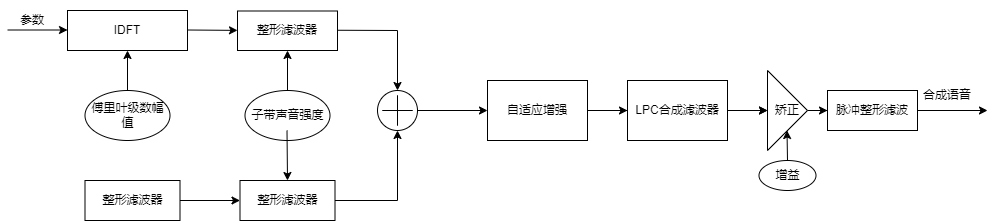
The draw.io diagram 未命名绘图.drawio.png in DoodleHapes/ele_three, before a commit. Source tidied: cells renumbered, new cells last; positions are measured from the earlier drawing's top-left corner, leaving out a move shared by most shapes.
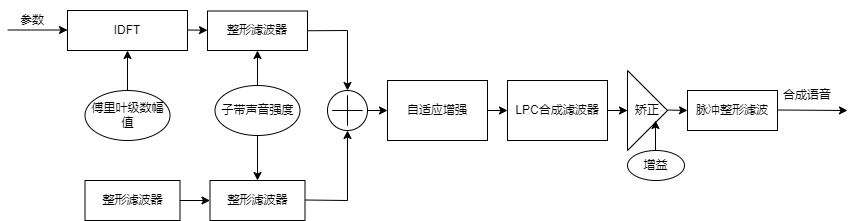
The same diagram one commit later.

Commit message:
更新未命名绘图.drawio.png

What changed in the source:
```diff
@@ -14,20 +14,20 @@
       </mxGeometry>
     </mxCell>
     <mxCell id="4" value="整形滤波器" style="rounded=0;whiteSpace=wrap;html=1;" parent="1" vertex="1">
-      <mxGeometry x="230" y="10.5" width="100" height="39.5" as="geometry" />
+      <mxGeometry x="200" y="10.5" width="100" height="39.5" as="geometry" />
     </mxCell>
     <mxCell id="5" value="子带声音强度" style="ellipse;whiteSpace=wrap;html=1;" parent="1" vertex="1">
-      <mxGeometry x="237.5" y="90" width="85" height="50" as="geometry" />
+      <mxGeometry x="207.5" y="85" width="85" height="50" as="geometry" />
     </mxCell>
     <mxCell id="6" style="endArrow=classic;html=1;rounded=0;entryX=0.5;entryY=1;entryDx=0;entryDy=0;exitX=0.5;exitY=0;exitDx=0;exitDy=0;" parent="1" edge="1" source="5" target="4">
       <mxGeometry relative="1" as="geometry" />
     </mxCell>
     <mxCell id="7" value="整形滤波器" style="rounded=0;whiteSpace=wrap;html=1;" parent="1" vertex="1">
-      <mxGeometry x="232.5" y="180" width="95" height="40" as="geometry" />
+      <mxGeometry x="202.5" y="180" width="95" height="40" as="geometry" />
     </mxCell>
     <mxCell id="8" style="endArrow=classic;html=1;rounded=0;entryX=0.5;entryY=0;entryDx=0;entryDy=0;" parent="1" edge="1" target="7">
       <mxGeometry relative="1" as="geometry">
-        <mxPoint x="279.5" y="130" as="sourcePoint" />
+        <mxPoint x="250" y="135" as="sourcePoint" />
       </mxGeometry>
     </mxCell>
     <mxCell id="9" value="IDFT" style="rounded=0;whiteSpace=wrap;html=1;" parent="1" vertex="1">
@@ -49,93 +49,82 @@
       <mxGeometry x="77.5" y="180" width="95" height="40" as="geometry" />
     </mxCell>
     <mxCell id="15" style="verticalLabelPosition=bottom;verticalAlign=top;html=1;shape=mxgraph.flowchart.on-page_reference;" parent="1" vertex="1">
-      <mxGeometry x="370" y="90" width="40" height="40" as="geometry" />
+      <mxGeometry x="320" y="90" width="40" height="40" as="geometry" />
     </mxCell>
     <mxCell id="16" style="shape=cross;whiteSpace=wrap;html=1;size=0;" parent="1" vertex="1">
-      <mxGeometry x="375" y="95" width="30" height="30" as="geometry" />
+      <mxGeometry x="325" y="95" width="30" height="30" as="geometry" />
     </mxCell>
-    <mxCell id="17" style="endArrow=none;html=1;rounded=0;" parent="1" edge="1">
+    <mxCell id="17" style="endArrow=none;html=1;rounded=0;exitX=1;exitY=0.5;exitDx=0;exitDy=0;" parent="1" edge="1" source="4">
       <mxGeometry relative="1" as="geometry">
-        <mxPoint x="330" y="29.8" as="sourcePoint" />
-        <mxPoint x="390" y="30" as="targetPoint" />
+        <mxPoint x="340" y="30" as="targetPoint" />
       </mxGeometry>
     </mxCell>
     <mxCell id="18" style="endArrow=classic;html=1;rounded=0;entryX=0.5;entryY=0;entryDx=0;entryDy=0;entryPerimeter=0;" parent="1" edge="1" target="15">
       <mxGeometry relative="1" as="geometry">
-        <mxPoint x="390" y="30" as="sourcePoint" />
+        <mxPoint x="340" y="30" as="sourcePoint" />
       </mxGeometry>
     </mxCell>
     <mxCell id="19" style="endArrow=classic;html=1;rounded=0;entryX=0.5;entryY=1;entryDx=0;entryDy=0;entryPerimeter=0;" parent="1" edge="1" target="15">
       <mxGeometry relative="1" as="geometry">
-        <mxPoint x="390" y="200" as="sourcePoint" />
+        <mxPoint x="340" y="200" as="sourcePoint" />
       </mxGeometry>
     </mxCell>
     <mxCell id="20" style="endArrow=none;html=1;rounded=0;" parent="1" edge="1">
       <mxGeometry relative="1" as="geometry">
-        <mxPoint x="327.5" y="200" as="sourcePoint" />
-        <mxPoint x="390" y="200" as="targetPoint" />
+        <mxPoint x="297.5" y="199.5" as="sourcePoint" />
+        <mxPoint x="340" y="200" as="targetPoint" />
       </mxGeometry>
     </mxCell>
-    <mxCell id="21" style="endArrow=classic;html=1;rounded=0;" parent="1" edge="1">
-      <mxGeometry relative="1" as="geometry">
-        <mxPoint x="410" y="110" as="sourcePoint" />
-        <mxPoint x="480" y="110" as="targetPoint" />
-      </mxGeometry>
-    </mxCell>
-    <mxCell id="22" style="edgeStyle=orthogonalEdgeStyle;rounded=0;jettySize=auto;html=1;" parent="1" edge="1" source="23" target="26">
-      <mxGeometry relative="1" as="geometry" />
-    </mxCell>
     <mxCell id="23" value="自适应增强" style="rounded=0;whiteSpace=wrap;html=1;" parent="1" vertex="1">
-      <mxGeometry x="480" y="80" width="100" height="60" as="geometry" />
+      <mxGeometry x="380" y="80" width="100" height="60" as="geometry" />
     </mxCell>
-    <mxCell id="24" style="endArrow=classic;html=1;rounded=0;" parent="1" edge="1">
-      <mxGeometry relative="1" as="geometry">
-        <mxPoint x="600" y="110" as="sourcePoint" />
-        <mxPoint x="640" y="110" as="targetPoint" />
-      </mxGeometry>
-    </mxCell>
     <mxCell id="25" style="edgeStyle=orthogonalEdgeStyle;rounded=0;jettySize=auto;html=1;" parent="1" edge="1" source="26" target="30">
       <mxGeometry relative="1" as="geometry" />
     </mxCell>
-    <mxCell id="26" value="LPC合成滤波器" style="rounded=0;whiteSpace=wrap;html=1;" parent="1" vertex="1">
-      <mxGeometry x="620" y="80" width="100" height="60" as="geometry" />
-    </mxCell>
-    <mxCell id="27" style="endArrow=classic;html=1;rounded=0;" parent="1" edge="1" source="30">
-      <mxGeometry relative="1" as="geometry">
-        <mxPoint x="800" y="110" as="targetPoint" />
-      </mxGeometry>
-    </mxCell>
-    <mxCell id="28" style="endArrow=classic;html=1;rounded=0;" parent="1" edge="1" target="30">
-      <mxGeometry relative="1" as="geometry">
-        <mxPoint x="740" y="110" as="sourcePoint" />
-      </mxGeometry>
-    </mxCell>
-    <mxCell id="29" style="edgeStyle=orthogonalEdgeStyle;rounded=0;jettySize=auto;html=1;" parent="1" edge="1" source="30" target="33">
-      <mxGeometry relative="1" as="geometry" />
-    </mxCell>
     <mxCell id="30" value="矫正" style="triangle;whiteSpace=wrap;html=1;" parent="1" vertex="1">
-      <mxGeometry x="760" y="70" width="40" height="80" as="geometry" />
+      <mxGeometry x="620" y="70" width="40" height="80" as="geometry" />
     </mxCell>
     <mxCell id="31" value="增益" style="ellipse;whiteSpace=wrap;html=1;" parent="1" vertex="1">
-      <mxGeometry x="751.5" y="160" width="57" height="30" as="geometry" />
+      <mxGeometry x="620" y="150" width="57" height="30" as="geometry" />
     </mxCell>
-    <mxCell id="32" style="endArrow=classic;html=1;rounded=0;" parent="1" edge="1">
-      <mxGeometry relative="1" as="geometry">
-        <mxPoint x="780" y="160" as="sourcePoint" />
-        <mxPoint x="779.5" y="130" as="targetPoint" />
-      </mxGeometry>
-    </mxCell>
     <mxCell id="33" value="脉冲整形滤波" style="rounded=0;whiteSpace=wrap;html=1;" parent="1" vertex="1">
-      <mxGeometry x="820" y="90" width="90" height="40" as="geometry" />
+      <mxGeometry x="680" y="90" width="90" height="40" as="geometry" />
     </mxCell>
-    <mxCell id="34" style="endArrow=classic;html=1;rounded=0;" parent="1" edge="1">
-      <mxGeometry relative="1" as="geometry">
-        <mxPoint x="910" y="110" as="sourcePoint" />
-        <mxPoint x="980" y="110" as="targetPoint" />
-      </mxGeometry>
-    </mxCell>
     <mxCell id="35" value="合成语音" style="text;html=1;align=center;verticalAlign=middle;whiteSpace=wrap;rounded=0;" parent="1" vertex="1">
-      <mxGeometry x="910" y="80" width="60" height="30" as="geometry" />
+      <mxGeometry x="770" y="80" width="60" height="30" as="geometry" />
     </mxCell>
+    <mxCell id="26" value="LPC合成滤波器" style="rounded=0;whiteSpace=wrap;html=1;" parent="1" vertex="1">
+      <mxGeometry x="500" y="80" width="100" height="60" as="geometry" />
+    </mxCell>
+    <mxCell id="36" style="endArrow=classic;html=1;rounded=0;" parent="1" edge="1">
+      <mxGeometry relative="1" as="geometry">
+        <mxPoint x="660" y="109.5" as="sourcePoint" />
+        <mxPoint x="680" y="110" as="targetPoint" />
+      </mxGeometry>
+    </mxCell>
+    <mxCell id="37" style="endArrow=classic;html=1;rounded=0;" parent="1" edge="1">
+      <mxGeometry relative="1" as="geometry">
+        <mxPoint x="648" y="150" as="sourcePoint" />
+        <mxPoint x="648" y="120" as="targetPoint" />
+      </mxGeometry>
+    </mxCell>
+    <mxCell id="38" style="endArrow=classic;html=1;rounded=0;" parent="1" edge="1">
+      <mxGeometry relative="1" as="geometry">
+        <mxPoint x="770" y="109.5" as="sourcePoint" />
+        <mxPoint x="840" y="110" as="targetPoint" />
+      </mxGeometry>
+    </mxCell>
+    <mxCell id="39" style="endArrow=classic;html=1;rounded=0;" parent="1" edge="1">
+      <mxGeometry relative="1" as="geometry">
+        <mxPoint x="480" y="110" as="sourcePoint" />
+        <mxPoint x="500" y="110" as="targetPoint" />
+      </mxGeometry>
+    </mxCell>
+    <mxCell id="40" style="endArrow=classic;html=1;rounded=0;" parent="1" edge="1">
+      <mxGeometry relative="1" as="geometry">
+        <mxPoint x="360" y="110" as="sourcePoint" />
+        <mxPoint x="380" y="110" as="targetPoint" />
+      </mxGeometry>
+    </mxCell>
   </root>
 </mxGraphModel>
```
